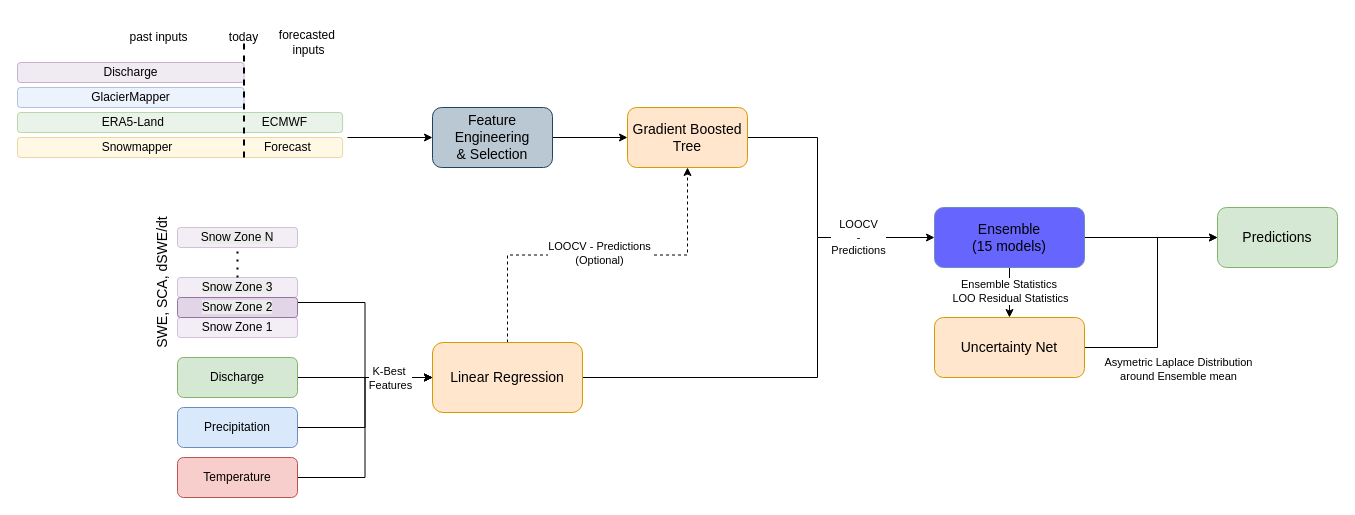
This is docs/Monthly_Workflow_updated.drawio from hydrosolutions/long-term-forecasting, a draw.io file, before an edit. Source tidied: cells renumbered, new cells numbered last; positions are measured from the earlier drawing's top-left corner, leaving out a move shared by most shapes. Both pictures are drawn from the tidied source at 100%, with x=0, y=0 at pixel (17, 17).
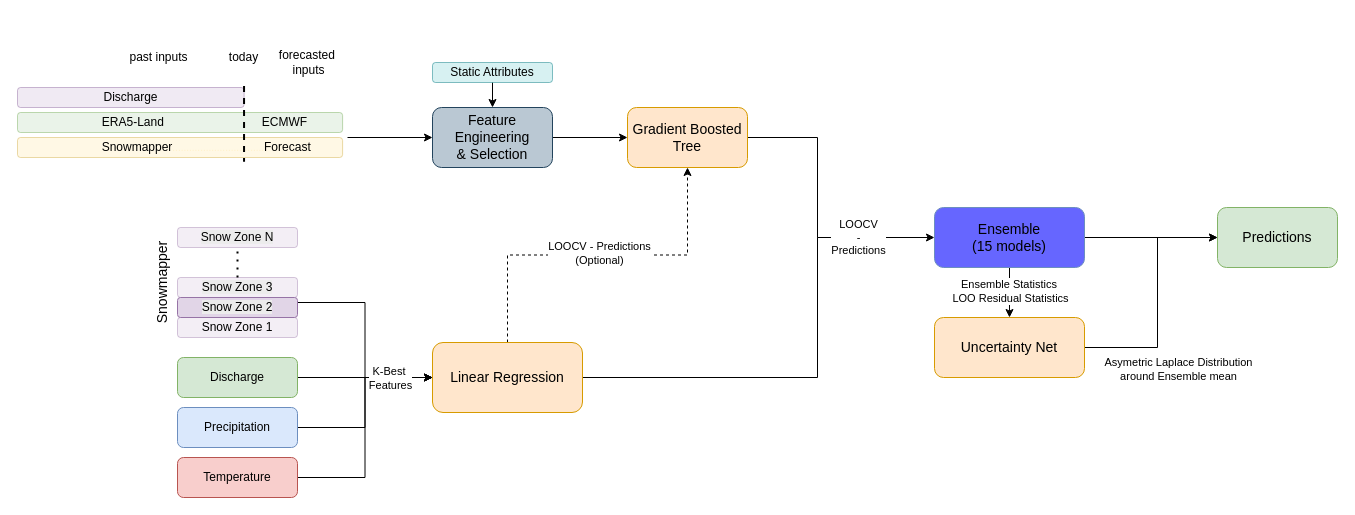
After the change.

The change refers to these unchanged cells:
```xml
<mxCell id="23" value="&lt;font style=&quot;font-size: 14px;&quot;&gt;Feature Engineering&lt;/font&gt;&lt;div&gt;&lt;font style=&quot;font-size: 14px;&quot;&gt;&amp;amp; Selection&lt;/font&gt;&lt;/div&gt;" style="rounded=1;whiteSpace=wrap;html=1;fillColor=#bac8d3;strokeColor=#23445d;strokeWidth=1;" parent="1" vertex="1">
  <mxGeometry x="415" y="90" width="120" height="60" as="geometry" />
</mxCell>
<mxCell id="24" style="group;strokeColor=none;rounded=1;rotation=0;" parent="1" vertex="1">
  <mxGeometry y="45" width="330" height="150" as="geometry" />
</mxCell>
```

Diff of the diagram source:
```diff
@@
-    <mxCell id="25" value="GlacierMapper" style="rounded=1;whiteSpace=wrap;html=1;fillColor=#dae8fc;strokeColor=#6c8ebf;opacity=50;rotation=0;" parent="24" vertex="1">
-      <mxGeometry y="25" width="226.6" height="20" as="geometry" />
-    </mxCell>
     <mxCell id="26" value="Discharge" style="rounded=1;whiteSpace=wrap;html=1;fillColor=#e1d5e7;strokeColor=#9673a6;opacity=50;rotation=0;" parent="24" vertex="1">
-      <mxGeometry width="226.6" height="20" as="geometry" />
+      <mxGeometry y="25" width="226.6" height="20" as="geometry" />
     </mxCell>
@@
     <mxCell id="29" style="line;strokeWidth=2;html=1;rotation=90;dashed=1;" parent="24" vertex="1">
-      <mxGeometry x="167.4" y="35" width="118.2" height="10" as="geometry" />
+      <mxGeometry x="188.7" y="56.3" width="75.7" height="10" as="geometry" />
     </mxCell>
@@
-    <mxCell id="31" value="&lt;span style=&quot;font-size: 14px;&quot;&gt;SWE, SCA, dSWE/dt&lt;/span&gt;" style="text;html=1;align=center;verticalAlign=middle;whiteSpace=wrap;rounded=0;rotation=-90;" parent="1" vertex="1">
+    <mxCell id="31" value="&lt;span style=&quot;font-size: 14px;&quot;&gt;Snowmapper&lt;/span&gt;" style="text;html=1;align=center;verticalAlign=middle;whiteSpace=wrap;rounded=0;rotation=-90;" parent="1" vertex="1">
       <mxGeometry x="75" y="225" width="140" height="80" as="geometry" />
     </mxCell>
     <mxCell id="32" value="today" style="text;html=1;align=center;verticalAlign=middle;whiteSpace=wrap;rounded=0;rotation=0;" parent="1" vertex="1">
-      <mxGeometry x="197" width="59.1" height="40" as="geometry" />
+      <mxGeometry x="197" y="20" width="59.1" height="40" as="geometry" />
     </mxCell>
     <mxCell id="33" value="forecasted&amp;nbsp;&lt;div&gt;inputs&lt;/div&gt;" style="text;html=1;align=center;verticalAlign=middle;whiteSpace=wrap;rounded=0;rotation=0;" parent="1" vertex="1">
-      <mxGeometry x="240" y="5" width="103.4" height="40" as="geometry" />
+      <mxGeometry x="240" y="25" width="103.4" height="40" as="geometry" />
     </mxCell>
     <mxCell id="34" value="past inputs" style="text;html=1;align=center;verticalAlign=middle;whiteSpace=wrap;rounded=0;rotation=0;" parent="1" vertex="1">
-      <mxGeometry x="90" width="103.4" height="40" as="geometry" />
+      <mxGeometry x="90" y="20" width="103.4" height="40" as="geometry" />
     </mxCell>
@@
+    <mxCell id="43" style="edgeStyle=orthogonalEdgeStyle;rounded=0;jettySize=auto;html=1;exitX=0.5;exitY=1;exitDx=0;exitDy=0;entryX=0.5;entryY=0;entryDx=0;entryDy=0;" parent="1" edge="1" source="44" target="23">
+      <mxGeometry relative="1" as="geometry" />
+    </mxCell>
+    <mxCell id="44" value="Static Attributes" style="rounded=1;whiteSpace=wrap;html=1;fillColor=#b0e3e6;strokeColor=#0e8088;opacity=50;rotation=0;" parent="1" vertex="1">
+      <mxGeometry x="415" y="45" width="120" height="20" as="geometry" />
+    </mxCell>
```
